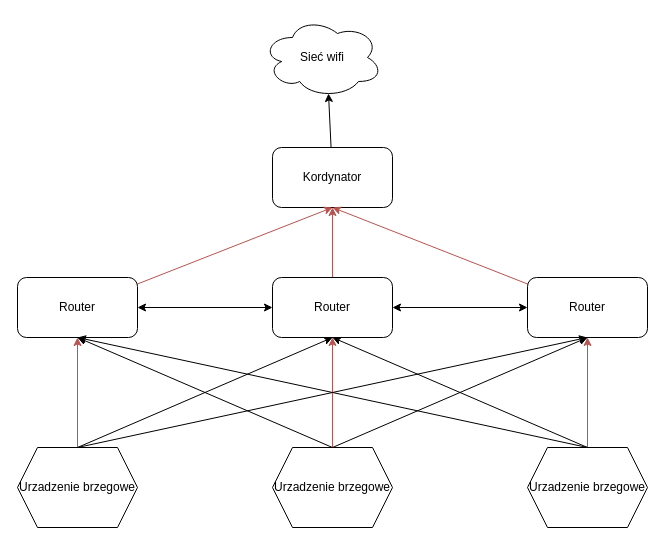
espressif/esp-zigbee-sdk keeps this draw.io diagram as Dodatkowe/network.drawio. Above is the earlier version. Source tidied: cells renumbered, new cells numbered last; positions are measured from the earlier drawing's top-left corner, leaving out a move shared by most shapes. Both pictures are drawn from the tidied source at 100%, with x=0, y=0 at pixel (17, 17).
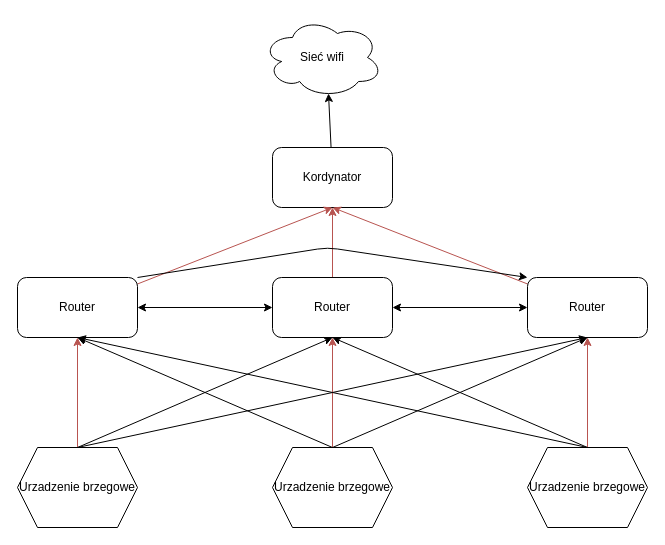
After the change.

Commit message:
tes repozytorium

Unchanged cells that the change refers to:
```xml
<mxCell id="8" value="Router" style="rounded=1;whiteSpace=wrap;html=1;" parent="1" vertex="1">
  <mxGeometry x="510" y="260" width="120" height="60" as="geometry" />
</mxCell>
<mxCell id="11" value="Router" style="rounded=1;whiteSpace=wrap;html=1;" parent="1" vertex="1">
  <mxGeometry y="260" width="120" height="60" as="geometry" />
</mxCell>
```

What changed in the source:
```diff
@@
+    <mxCell id="25" style="edgeStyle=none;html=1;exitX=1;exitY=0;exitDx=0;exitDy=0;entryX=0;entryY=0;entryDx=0;entryDy=0;" parent="1" edge="1" source="11" target="8">
+      <mxGeometry relative="1" as="geometry">
+        <Array as="points">
+          <mxPoint x="310" y="230" />
+        </Array>
+      </mxGeometry>
+    </mxCell>
```
